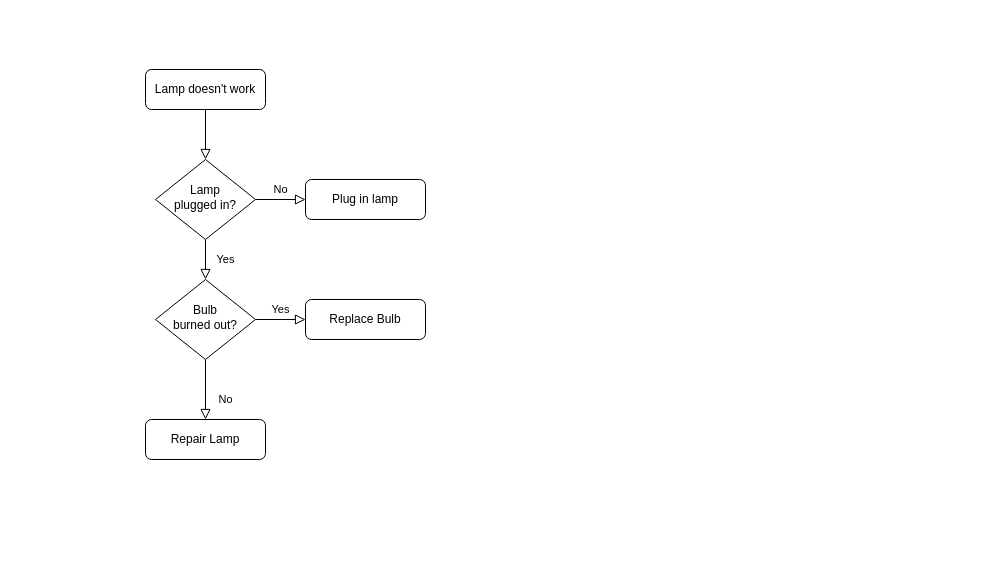
Above: airport_challenge.drawio in makersacademy/airport_challenge (draw.io), before the change. Source tidied: cells renumbered, new cells numbered last; positions are measured from the earlier drawing's top-left corner, leaving out a move shared by most shapes. Both pictures are drawn from the tidied source at 100%, with x=0, y=0 at pixel (145, 69).
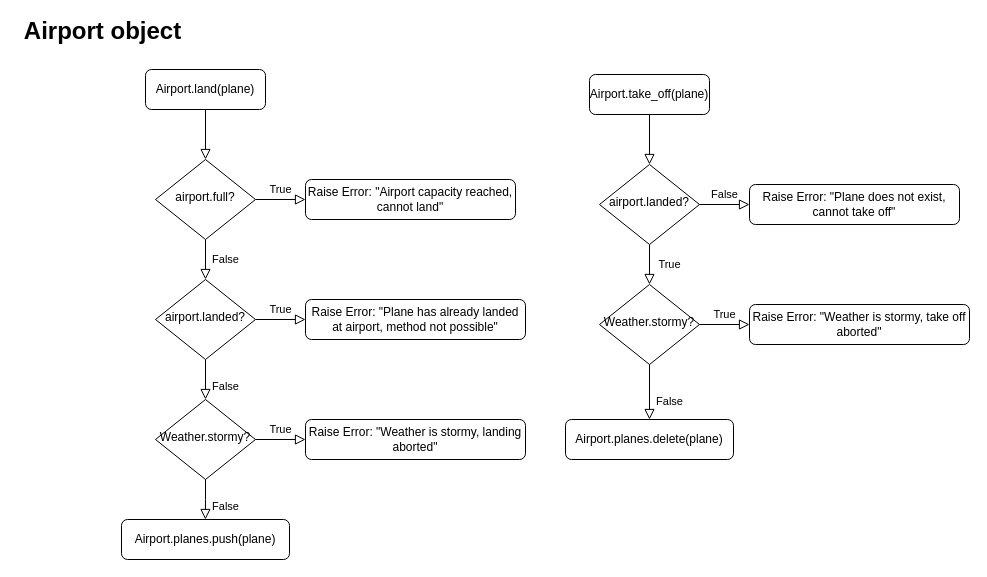
Above is the later version.

Change to the diagram source:
```diff
@@
-    <mxCell id="3" value="Lamp doesn't work" style="rounded=1;whiteSpace=wrap;html=1;fontSize=12;glass=0;strokeWidth=1;shadow=0;" parent="1" vertex="1">
+    <mxCell id="3" value="Airport.land(plane)" style="rounded=1;whiteSpace=wrap;html=1;fontSize=12;glass=0;strokeWidth=1;shadow=0;" parent="1" vertex="1">
       <mxGeometry width="120" height="40" as="geometry" />
     </mxCell>
-    <mxCell id="4" value="Yes" style="rounded=0;html=1;jettySize=auto;fontSize=11;endArrow=block;endFill=0;endSize=8;strokeWidth=1;shadow=0;labelBackgroundColor=none;edgeStyle=orthogonalEdgeStyle;" parent="1" edge="1" source="6" target="10">
+    <mxCell id="4" value="False" style="rounded=0;html=1;jettySize=auto;fontSize=11;endArrow=block;endFill=0;endSize=8;strokeWidth=1;shadow=0;labelBackgroundColor=none;edgeStyle=orthogonalEdgeStyle;" parent="1" edge="1" source="6" target="10">
       <mxGeometry y="20" relative="1" as="geometry" />
     </mxCell>
-    <mxCell id="5" value="No" style="edgeStyle=orthogonalEdgeStyle;rounded=0;html=1;jettySize=auto;fontSize=11;endArrow=block;endFill=0;endSize=8;strokeWidth=1;shadow=0;labelBackgroundColor=none;" parent="1" edge="1" source="6" target="7">
+    <mxCell id="5" value="True" style="edgeStyle=orthogonalEdgeStyle;rounded=0;html=1;jettySize=auto;fontSize=11;endArrow=block;endFill=0;endSize=8;strokeWidth=1;shadow=0;labelBackgroundColor=none;" parent="1" edge="1" source="6" target="7">
       <mxGeometry y="10" relative="1" as="geometry" />
     </mxCell>
-    <mxCell id="6" value="Lamp&lt;br&gt;plugged in?" style="rhombus;whiteSpace=wrap;html=1;shadow=0;fontFamily=Helvetica;fontSize=12;align=center;strokeWidth=1;spacing=6;spacingTop=-4;" parent="1" vertex="1">
+    <mxCell id="6" value="airport.full?" style="rhombus;whiteSpace=wrap;html=1;shadow=0;fontFamily=Helvetica;fontSize=12;align=center;strokeWidth=1;spacing=6;spacingTop=-4;" parent="1" vertex="1">
       <mxGeometry x="10" y="90" width="100" height="80" as="geometry" />
     </mxCell>
-    <mxCell id="7" value="Plug in lamp" style="rounded=1;whiteSpace=wrap;html=1;fontSize=12;glass=0;strokeWidth=1;shadow=0;" parent="1" vertex="1">
-      <mxGeometry x="160" y="110" width="120" height="40" as="geometry" />
+    <mxCell id="7" value="Raise Error: &quot;Airport capacity reached, cannot land&quot;" style="rounded=1;whiteSpace=wrap;html=1;fontSize=12;glass=0;strokeWidth=1;shadow=0;" parent="1" vertex="1">
+      <mxGeometry x="160" y="110" width="210" height="40" as="geometry" />
     </mxCell>
-    <mxCell id="8" value="No" style="rounded=0;html=1;jettySize=auto;fontSize=11;endArrow=block;endFill=0;endSize=8;strokeWidth=1;shadow=0;labelBackgroundColor=none;edgeStyle=orthogonalEdgeStyle;" parent="1" edge="1" source="10" target="11">
+    <mxCell id="8" value="False" style="rounded=0;html=1;jettySize=auto;fontSize=11;endArrow=block;endFill=0;endSize=8;strokeWidth=1;shadow=0;labelBackgroundColor=none;edgeStyle=orthogonalEdgeStyle;entryX=0.5;entryY=0;entryDx=0;entryDy=0;" parent="1" edge="1" source="10" target="14">
       <mxGeometry x="0.33" y="20" relative="1" as="geometry" />
     </mxCell>
-    <mxCell id="9" value="Yes" style="edgeStyle=orthogonalEdgeStyle;rounded=0;html=1;jettySize=auto;fontSize=11;endArrow=block;endFill=0;endSize=8;strokeWidth=1;shadow=0;labelBackgroundColor=none;" parent="1" edge="1" source="10" target="12">
+    <mxCell id="9" value="True" style="edgeStyle=orthogonalEdgeStyle;rounded=0;html=1;jettySize=auto;fontSize=11;endArrow=block;endFill=0;endSize=8;strokeWidth=1;shadow=0;labelBackgroundColor=none;" parent="1" edge="1" source="10" target="12">
       <mxGeometry y="10" relative="1" as="geometry" />
     </mxCell>
-    <mxCell id="10" value="Bulb&lt;br&gt;burned out?" style="rhombus;whiteSpace=wrap;html=1;shadow=0;fontFamily=Helvetica;fontSize=12;align=center;strokeWidth=1;spacing=6;spacingTop=-4;" parent="1" vertex="1">
+    <mxCell id="10" value="airport.landed?" style="rhombus;whiteSpace=wrap;html=1;shadow=0;fontFamily=Helvetica;fontSize=12;align=center;strokeWidth=1;spacing=6;spacingTop=-4;" parent="1" vertex="1">
       <mxGeometry x="10" y="210" width="100" height="80" as="geometry" />
     </mxCell>
-    <mxCell id="11" value="Repair Lamp" style="rounded=1;whiteSpace=wrap;html=1;fontSize=12;glass=0;strokeWidth=1;shadow=0;" parent="1" vertex="1">
-      <mxGeometry y="350" width="120" height="40" as="geometry" />
-    </mxCell>
-    <mxCell id="12" value="Replace Bulb" style="rounded=1;whiteSpace=wrap;html=1;fontSize=12;glass=0;strokeWidth=1;shadow=0;" parent="1" vertex="1">
-      <mxGeometry x="160" y="230" width="120" height="40" as="geometry" />
+    <mxCell id="12" value="Raise Error: &quot;Plane has already landed at airport, method not possible&quot;" style="rounded=1;whiteSpace=wrap;html=1;fontSize=12;glass=0;strokeWidth=1;shadow=0;" parent="1" vertex="1">
+      <mxGeometry x="160" y="230" width="220" height="40" as="geometry" />
     </mxCell>
+    <mxCell id="13" value="&lt;font style=&quot;font-size: 24px&quot;&gt;&lt;b&gt;Airport object&lt;/b&gt;&lt;/font&gt;" style="text;html=1;align=center;verticalAlign=middle;" parent="1" vertex="1">
+      <mxGeometry x="-128" y="-48" width="170" height="20" as="geometry" />
+    </mxCell>
+    <mxCell id="14" value="Weather.stormy?" style="rhombus;whiteSpace=wrap;html=1;shadow=0;fontFamily=Helvetica;fontSize=12;align=center;strokeWidth=1;spacing=6;spacingTop=-4;" parent="1" vertex="1">
+      <mxGeometry x="10" y="330" width="100" height="80" as="geometry" />
+    </mxCell>
+    <mxCell id="15" value="True" style="edgeStyle=orthogonalEdgeStyle;rounded=0;html=1;jettySize=auto;fontSize=11;endArrow=block;endFill=0;endSize=8;strokeWidth=1;shadow=0;labelBackgroundColor=none;exitX=1;exitY=0.5;exitDx=0;exitDy=0;entryX=0;entryY=0.5;entryDx=0;entryDy=0;" parent="1" edge="1" source="14" target="16">
+      <mxGeometry y="10" relative="1" as="geometry" />
+    </mxCell>
+    <mxCell id="16" value="Raise Error: &quot;Weather is stormy, landing aborted&quot;" style="rounded=1;whiteSpace=wrap;html=1;fontSize=12;glass=0;strokeWidth=1;shadow=0;" parent="1" vertex="1">
+      <mxGeometry x="160" y="350" width="220" height="40" as="geometry" />
+    </mxCell>
+    <mxCell id="17" value="False" style="rounded=0;html=1;jettySize=auto;fontSize=11;endArrow=block;endFill=0;endSize=8;strokeWidth=1;shadow=0;labelBackgroundColor=none;edgeStyle=orthogonalEdgeStyle;entryX=0.5;entryY=0;entryDx=0;entryDy=0;exitX=0.5;exitY=1;exitDx=0;exitDy=0;" parent="1" edge="1" source="14">
+      <mxGeometry x="0.33" y="20" relative="1" as="geometry">
+        <mxPoint x="59.9" y="450" as="targetPoint" />
+      </mxGeometry>
+    </mxCell>
+    <mxCell id="18" value="Airport.planes.push(plane)" style="rounded=1;whiteSpace=wrap;html=1;fontSize=12;glass=0;strokeWidth=1;shadow=0;" parent="1" vertex="1">
+      <mxGeometry x="-24" y="450" width="168" height="40" as="geometry" />
+    </mxCell>
+    <mxCell id="19" style="rounded=0;html=1;jettySize=auto;fontSize=11;endArrow=block;endFill=0;endSize=8;strokeWidth=1;shadow=0;labelBackgroundColor=none;edgeStyle=orthogonalEdgeStyle;" parent="1" edge="1" source="20" target="23">
+      <mxGeometry relative="1" as="geometry" />
+    </mxCell>
+    <mxCell id="20" value="Airport.take_off(plane)" style="rounded=1;whiteSpace=wrap;html=1;fontSize=12;glass=0;strokeWidth=1;shadow=0;" parent="1" vertex="1">
+      <mxGeometry x="444" y="5" width="120" height="40" as="geometry" />
+    </mxCell>
+    <mxCell id="21" value="True" style="rounded=0;html=1;jettySize=auto;fontSize=11;endArrow=block;endFill=0;endSize=8;strokeWidth=1;shadow=0;labelBackgroundColor=none;edgeStyle=orthogonalEdgeStyle;" parent="1" edge="1" source="23" target="26">
+      <mxGeometry y="20" relative="1" as="geometry" />
+    </mxCell>
+    <mxCell id="22" value="False" style="edgeStyle=orthogonalEdgeStyle;rounded=0;html=1;jettySize=auto;fontSize=11;endArrow=block;endFill=0;endSize=8;strokeWidth=1;shadow=0;labelBackgroundColor=none;" parent="1" edge="1" source="23" target="24">
+      <mxGeometry y="10" relative="1" as="geometry" />
+    </mxCell>
+    <mxCell id="23" value="airport.landed?" style="rhombus;whiteSpace=wrap;html=1;shadow=0;fontFamily=Helvetica;fontSize=12;align=center;strokeWidth=1;spacing=6;spacingTop=-4;" parent="1" vertex="1">
+      <mxGeometry x="454" y="95" width="100" height="80" as="geometry" />
+    </mxCell>
+    <mxCell id="24" value="Raise Error: &quot;Plane does not exist, cannot take off&quot;" style="rounded=1;whiteSpace=wrap;html=1;fontSize=12;glass=0;strokeWidth=1;shadow=0;" parent="1" vertex="1">
+      <mxGeometry x="604" y="115" width="210" height="40" as="geometry" />
+    </mxCell>
+    <mxCell id="25" value="True" style="edgeStyle=orthogonalEdgeStyle;rounded=0;html=1;jettySize=auto;fontSize=11;endArrow=block;endFill=0;endSize=8;strokeWidth=1;shadow=0;labelBackgroundColor=none;" parent="1" edge="1" source="26" target="27">
+      <mxGeometry y="10" relative="1" as="geometry" />
+    </mxCell>
+    <mxCell id="26" value="Weather.stormy?" style="rhombus;whiteSpace=wrap;html=1;shadow=0;fontFamily=Helvetica;fontSize=12;align=center;strokeWidth=1;spacing=6;spacingTop=-4;" parent="1" vertex="1">
+      <mxGeometry x="454" y="215" width="100" height="80" as="geometry" />
+    </mxCell>
+    <mxCell id="27" value="Raise Error: &quot;Weather is stormy, take off aborted&quot;" style="rounded=1;whiteSpace=wrap;html=1;fontSize=12;glass=0;strokeWidth=1;shadow=0;" parent="1" vertex="1">
+      <mxGeometry x="604" y="235" width="220" height="40" as="geometry" />
+    </mxCell>
+    <mxCell id="28" value="Airport.planes.delete(plane)" style="rounded=1;whiteSpace=wrap;html=1;fontSize=12;glass=0;strokeWidth=1;shadow=0;" parent="1" vertex="1">
+      <mxGeometry x="420" y="350" width="168" height="40" as="geometry" />
+    </mxCell>
+    <mxCell id="29" value="False" style="rounded=0;html=1;jettySize=auto;fontSize=11;endArrow=block;endFill=0;endSize=8;strokeWidth=1;shadow=0;labelBackgroundColor=none;edgeStyle=orthogonalEdgeStyle;exitX=0.5;exitY=1;exitDx=0;exitDy=0;entryX=0.5;entryY=0;entryDx=0;entryDy=0;" parent="1" edge="1" source="26" target="28">
+      <mxGeometry x="0.33" y="20" relative="1" as="geometry" />
+    </mxCell>
```
